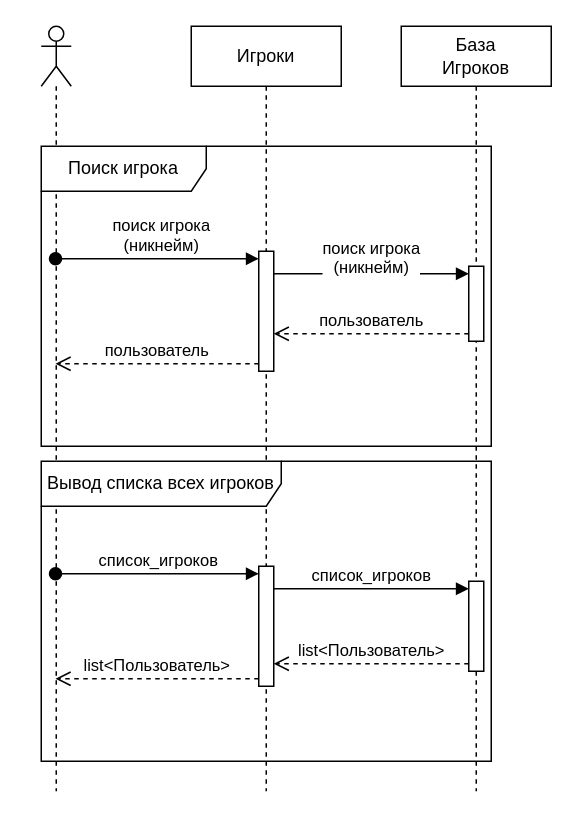
The draw.io diagram diagrams/User_players.drawio in ShamsudinGH/table_games, before the edit. Source tidied: cells renumbered, new cells numbered last; positions are measured from the earlier drawing's top-left corner, leaving out a move shared by most shapes. Both pictures are drawn from the tidied source at 150%, with x=0, y=0 at pixel (40, 26).
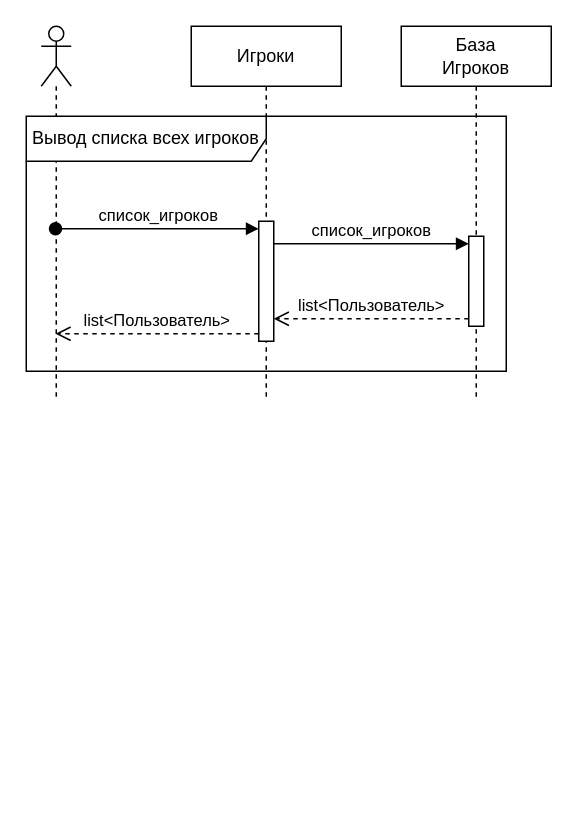
After the change.

Commit message (it also covers changes not shown here):
удалил в диаграммах у пользователей поиск, а у админа измненил добавление игрока.

The edit, as a diff of the source:
```diff
@@
 <mxGraphModel>
   <root>
     <mxCell id="0" />
     <mxCell id="1" parent="0" />
     <mxCell id="2" style="shape=umlLifeline;perimeter=lifelinePerimeter;whiteSpace=wrap;html=1;outlineConnect=0;portConstraint=eastwest;newEdgeStyle={&quot;curved&quot;:0,&quot;rounded&quot;:0};participant=umlActor;" parent="1" vertex="1">
-      <mxGeometry width="20" height="510" as="geometry" />
+      <mxGeometry width="20" height="250" as="geometry" />
     </mxCell>
     <mxCell id="3" value="Игроки" style="shape=umlLifeline;perimeter=lifelinePerimeter;whiteSpace=wrap;html=1;newEdgeStyle={&quot;curved&quot;:0,&quot;rounded&quot;:0};" parent="1" vertex="1">
-      <mxGeometry x="100" width="100" height="510" as="geometry" />
+      <mxGeometry x="100" width="100" height="250" as="geometry" />
     </mxCell>
-    <mxCell id="4" style="html=1;points=[[0,0,0,0,5],[0,1,0,0,-5],[1,0,0,0,5],[1,1,0,0,-5]];perimeter=orthogonalPerimeter;outlineConnect=0;targetShapes=umlLifeline;portConstraint=eastwest;newEdgeStyle={&quot;curved&quot;:0,&quot;rounded&quot;:0};" parent="3" vertex="1">
-      <mxGeometry x="45" y="150" width="10" height="80" as="geometry" />
-    </mxCell>
     <mxCell id="5" style="html=1;points=[[0,0,0,0,5],[0,1,0,0,-5],[1,0,0,0,5],[1,1,0,0,-5]];perimeter=orthogonalPerimeter;outlineConnect=0;targetShapes=umlLifeline;portConstraint=eastwest;newEdgeStyle={&quot;curved&quot;:0,&quot;rounded&quot;:0};" parent="3" vertex="1">
-      <mxGeometry x="45" y="360" width="10" height="80" as="geometry" />
+      <mxGeometry x="45" y="130" width="10" height="80" as="geometry" />
     </mxCell>
     <mxCell id="6" value="База&lt;br&gt;Игроков" style="shape=umlLifeline;perimeter=lifelinePerimeter;whiteSpace=wrap;html=1;newEdgeStyle={&quot;curved&quot;:0,&quot;rounded&quot;:0};" parent="1" vertex="1">
-      <mxGeometry x="240" width="100" height="510" as="geometry" />
+      <mxGeometry x="240" width="100" height="250" as="geometry" />
     </mxCell>
-    <mxCell id="7" style="html=1;points=[[0,0,0,0,5],[0,1,0,0,-5],[1,0,0,0,5],[1,1,0,0,-5]];perimeter=orthogonalPerimeter;outlineConnect=0;targetShapes=umlLifeline;portConstraint=eastwest;newEdgeStyle={&quot;curved&quot;:0,&quot;rounded&quot;:0};" parent="6" vertex="1">
-      <mxGeometry x="45" y="160" width="10" height="50" as="geometry" />
-    </mxCell>
     <mxCell id="8" style="html=1;points=[[0,0,0,0,5],[0,1,0,0,-5],[1,0,0,0,5],[1,1,0,0,-5]];perimeter=orthogonalPerimeter;outlineConnect=0;targetShapes=umlLifeline;portConstraint=eastwest;newEdgeStyle={&quot;curved&quot;:0,&quot;rounded&quot;:0};" parent="6" vertex="1">
-      <mxGeometry x="45" y="370" width="10" height="60" as="geometry" />
+      <mxGeometry x="45" y="140" width="10" height="60" as="geometry" />
     </mxCell>
-    <mxCell id="9" value="поиск игрока&lt;br&gt;(никнейм)" style="html=1;verticalAlign=bottom;startArrow=oval;startFill=1;endArrow=block;startSize=8;curved=0;rounded=0;entryX=0;entryY=0;entryDx=0;entryDy=5;entryPerimeter=0;" parent="1" edge="1" source="2" target="4">
-      <mxGeometry x="0.04" relative="1" as="geometry" />
-    </mxCell>
-    <mxCell id="10" value="поиск игрока&lt;br&gt;(никнейм)" style="html=1;verticalAlign=bottom;endArrow=block;curved=0;rounded=0;entryX=0;entryY=0;entryDx=0;entryDy=5;entryPerimeter=0;" parent="1" edge="1" source="4" target="7">
-      <mxGeometry y="-5" relative="1" as="geometry" />
-    </mxCell>
-    <mxCell id="11" value="пользователь" style="html=1;verticalAlign=bottom;endArrow=open;dashed=1;endSize=8;curved=0;rounded=0;exitX=0;exitY=1;exitDx=0;exitDy=-5;exitPerimeter=0;" parent="1" edge="1" source="7" target="4">
-      <mxGeometry relative="1" as="geometry" />
-    </mxCell>
-    <mxCell id="12" value="пользователь" style="html=1;verticalAlign=bottom;endArrow=open;dashed=1;endSize=8;curved=0;rounded=0;exitX=0;exitY=1;exitDx=0;exitDy=-5;exitPerimeter=0;" parent="1" edge="1" source="4" target="2">
-      <mxGeometry relative="1" as="geometry" />
-    </mxCell>
-    <mxCell id="13" value="Поиск игрока" style="shape=umlFrame;whiteSpace=wrap;html=1;width=110;height=30;" parent="1" vertex="1">
-      <mxGeometry y="80" width="300" height="200" as="geometry" />
-    </mxCell>
-    <mxCell id="14" value="список_игроков" style="html=1;verticalAlign=bottom;startArrow=oval;startFill=1;endArrow=block;startSize=8;curved=0;rounded=0;entryX=0;entryY=0;entryDx=0;entryDy=5;entryPerimeter=0;" parent="1" edge="1" source="2" target="5">
-      <mxGeometry relative="1" as="geometry" />
+    <mxCell id="14" value="список_игроков" style="html=1;verticalAlign=bottom;startArrow=oval;startFill=1;endArrow=block;startSize=8;curved=0;rounded=0;entryX=0;entryY=0;entryDx=0;entryDy=5;entryPerimeter=0;" parent="1" edge="1" target="5">
+      <mxGeometry relative="1" as="geometry">
+        <mxPoint x="9.5" y="135" as="sourcePoint" />
+      </mxGeometry>
     </mxCell>
     <mxCell id="15" value="список_игроков" style="html=1;verticalAlign=bottom;endArrow=block;curved=0;rounded=0;entryX=0;entryY=0;entryDx=0;entryDy=5;entryPerimeter=0;" parent="1" edge="1" source="5" target="8">
       <mxGeometry relative="1" as="geometry" />
     </mxCell>
     <mxCell id="16" value="list&amp;lt;Пользователь&amp;gt;" style="html=1;verticalAlign=bottom;endArrow=open;dashed=1;endSize=8;curved=0;rounded=0;exitX=0;exitY=1;exitDx=0;exitDy=-5;exitPerimeter=0;" parent="1" edge="1" source="8" target="5">
       <mxGeometry relative="1" as="geometry" />
     </mxCell>
-    <mxCell id="17" value="list&amp;lt;Пользователь&amp;gt;" style="html=1;verticalAlign=bottom;endArrow=open;dashed=1;endSize=8;curved=0;rounded=0;exitX=0;exitY=1;exitDx=0;exitDy=-5;exitPerimeter=0;" parent="1" edge="1" source="5" target="2">
-      <mxGeometry relative="1" as="geometry" />
+    <mxCell id="17" value="list&amp;lt;Пользователь&amp;gt;" style="html=1;verticalAlign=bottom;endArrow=open;dashed=1;endSize=8;curved=0;rounded=0;exitX=0;exitY=1;exitDx=0;exitDy=-5;exitPerimeter=0;" parent="1" edge="1" source="5">
+      <mxGeometry relative="1" as="geometry">
+        <mxPoint x="9.5" y="205" as="targetPoint" />
+      </mxGeometry>
     </mxCell>
     <mxCell id="18" value="Вывод списка всех игроков" style="shape=umlFrame;whiteSpace=wrap;html=1;width=160;height=30;" parent="1" vertex="1">
-      <mxGeometry y="290" width="300" height="200" as="geometry" />
+      <mxGeometry x="-10" y="60" width="320" height="170" as="geometry" />
     </mxCell>
   </root>
 </mxGraphModel>
```
